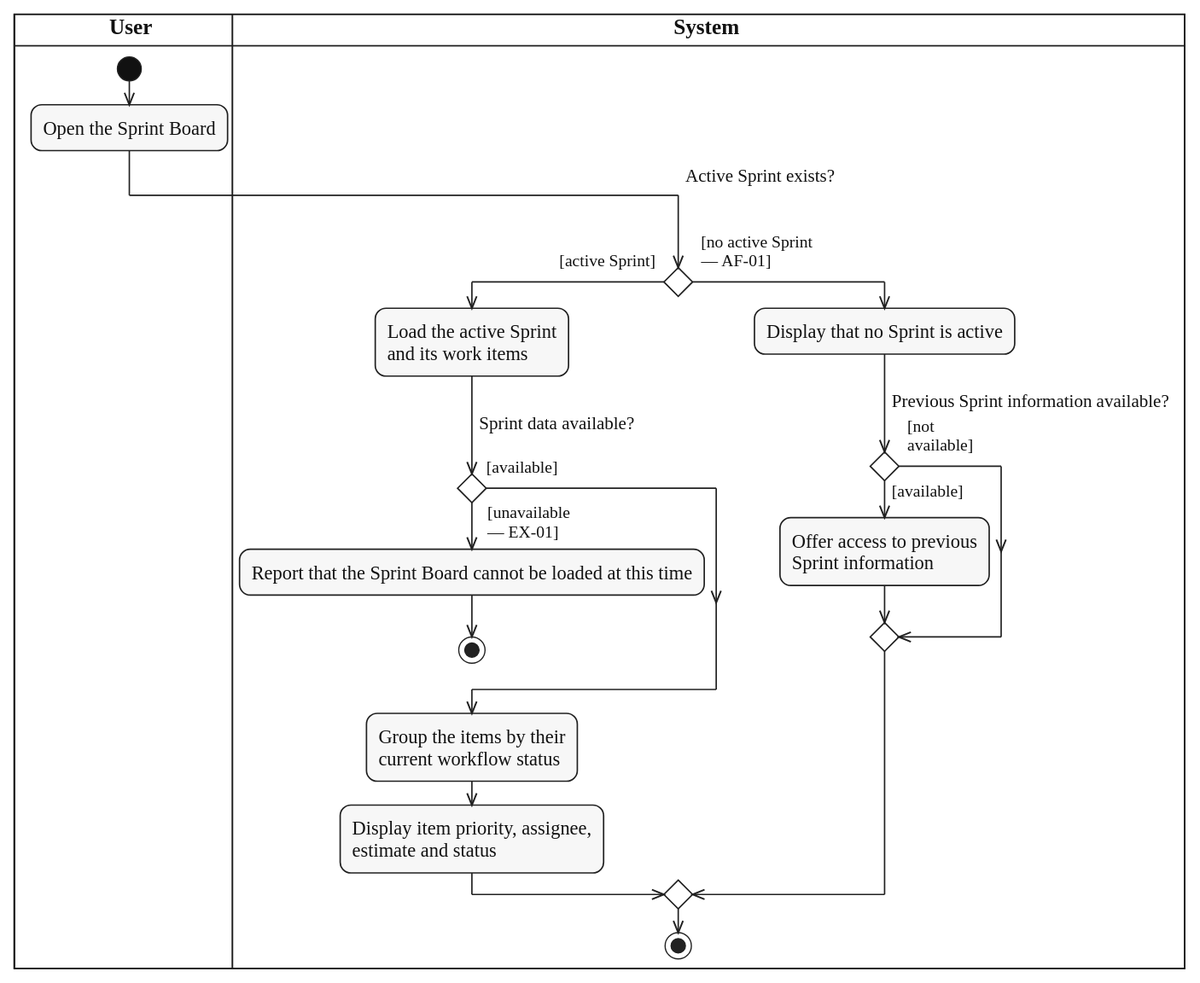
Before: diagrams/activity/sprint-work/svg/UC-SPRINT-BOARD-REVIEW.svg, a diagram exported from PlantUML (lukenab/swd392-doc-automation). Its source is kept beside it as diagrams/activity/sprint-work/source/UC-SPRINT-BOARD-REVIEW.puml.
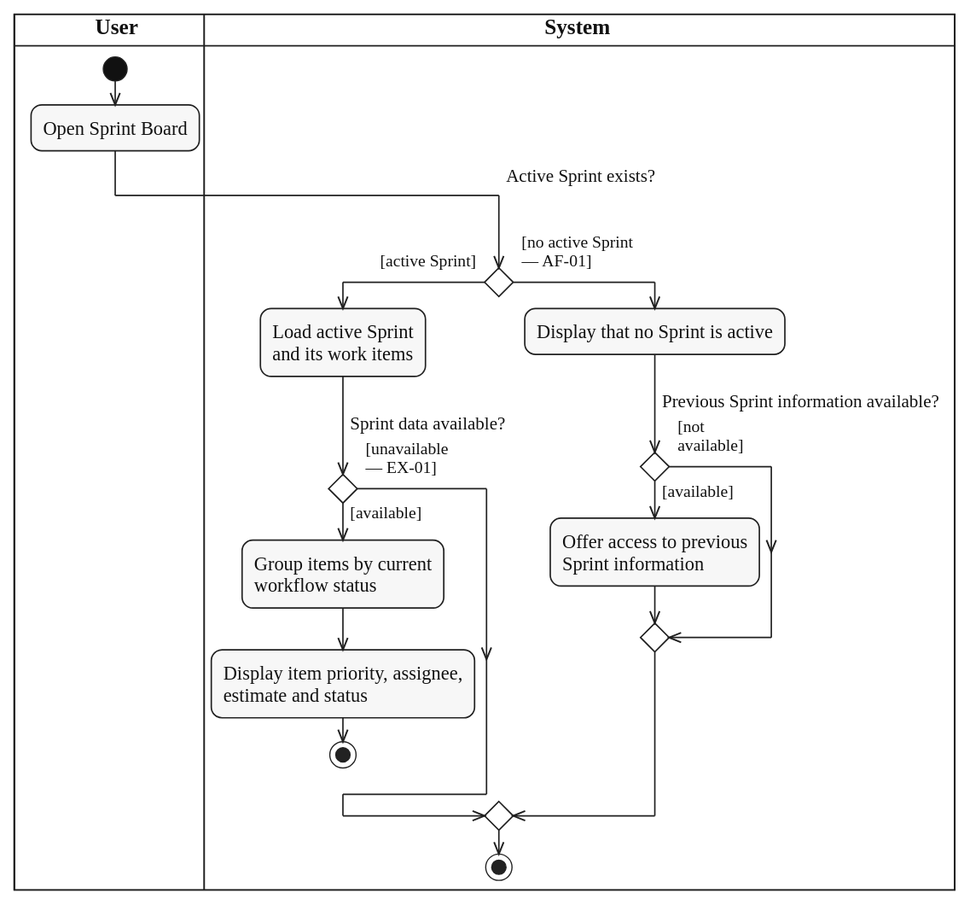
The same file after the commit.

Change to the diagram source:
```diff
@@ -5,20 +5,19 @@
 
 |USR|
 start
-:Open the Sprint Board;
+:Open Sprint Board;
 |SYS|
 if ($question_x("Active Sprint exists?")) then ($guard_left("[active Sprint]"))
-  :Load the active Sprint
+  :Load active Sprint
   and its work items;
   if ($question("Sprint data available?")) then ($guard_left("[available]"))
+    :Group items by current
+    workflow status;
+    :Display item priority, assignee,
+    estimate and status;
+    stop
   else ($guard_right("[unavailable", "— EX-01]"))
-    :Report that the Sprint Board cannot be loaded at this time;
-    stop
   endif
-  :Group the items by their
-  current workflow status;
-  :Display item priority, assignee,
-  estimate and status;
 else ($guard_right("[no active Sprint", "— AF-01]"))
   :Display that no Sprint is active;
   if ($question("Previous Sprint information available?")) then ($guard_left("[available]"))
```
